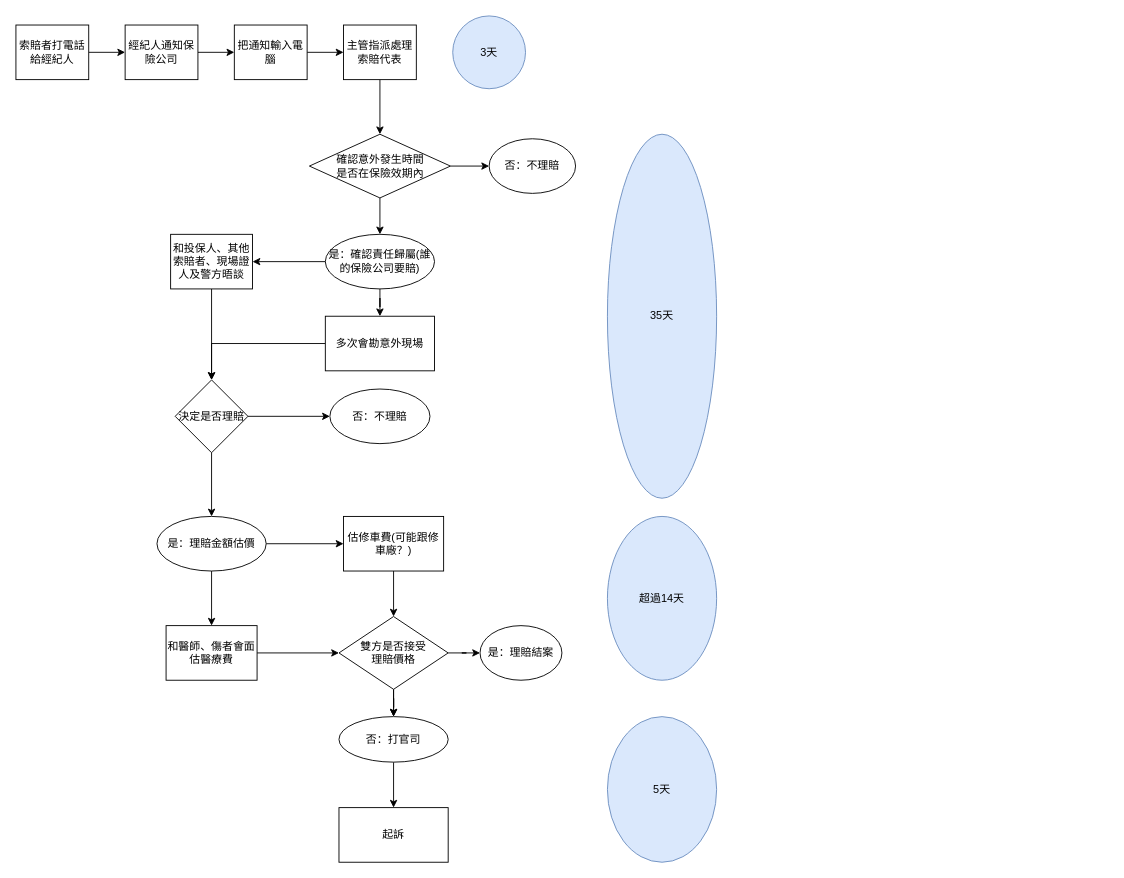
Above: page "Page-1" (1 of 2) of Insurance Diagram.drawio in julie-b05302301/diagram.io (draw.io), before the change. Source tidied: cells renumbered, new cells numbered last; positions are measured from the earlier drawing's top-left corner, leaving out a move shared by most shapes. Both pictures are drawn from the tidied source at 91%, with x=0, y=0 at pixel (15, 15).
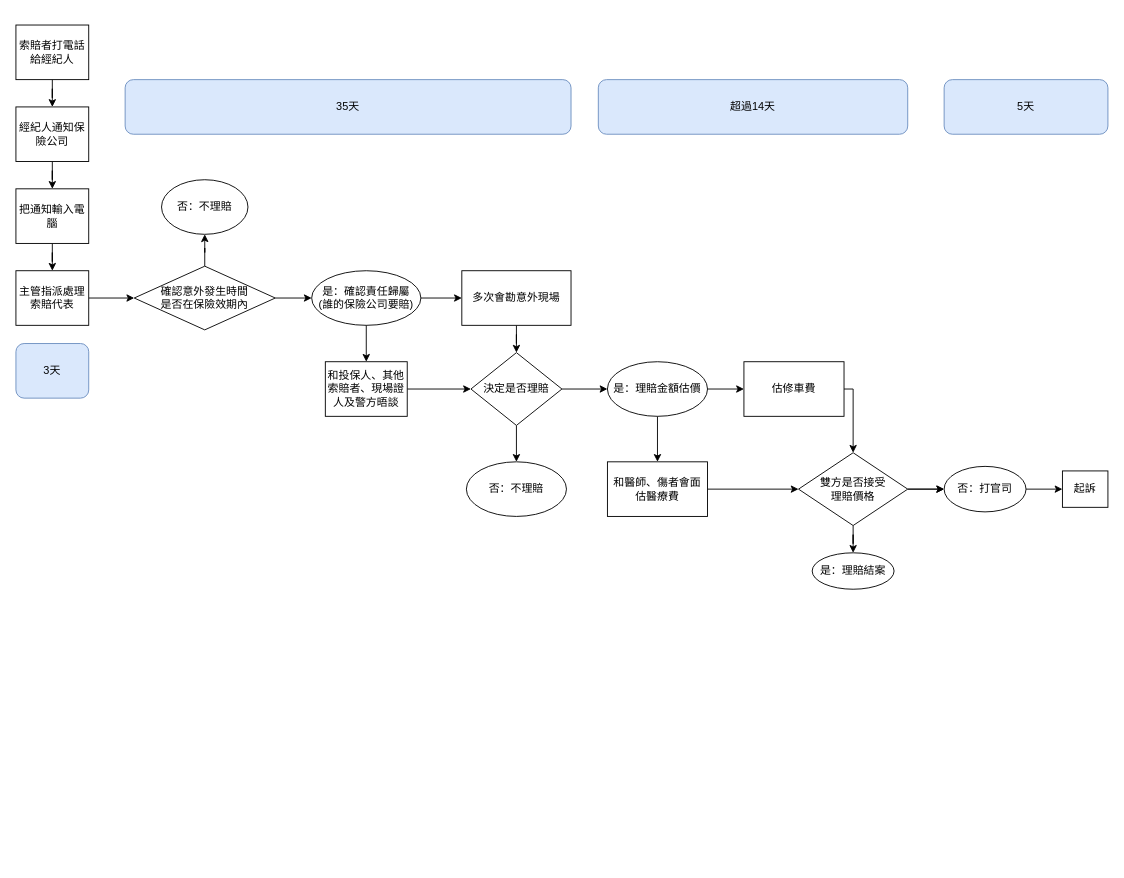
The same diagram, later.

What changed in the source:
```diff
@@
     <mxCell id="5" value="經紀人通知保險公司" style="whiteSpace=wrap;html=1;rounded=0;" parent="1" vertex="1">
-      <mxGeometry x="120" y="10" width="80" height="60" as="geometry" />
+      <mxGeometry y="100" width="80" height="60" as="geometry" />
     </mxCell>
@@
     <mxCell id="7" value="把通知輸入電腦" style="whiteSpace=wrap;html=1;rounded=0;" parent="1" vertex="1">
-      <mxGeometry x="240" y="10" width="80" height="60" as="geometry" />
+      <mxGeometry y="190" width="80" height="60" as="geometry" />
     </mxCell>
@@
     <mxCell id="9" value="主管指派處理索賠代表" style="whiteSpace=wrap;html=1;rounded=0;" parent="1" vertex="1">
-      <mxGeometry x="360" y="10" width="80" height="60" as="geometry" />
+      <mxGeometry y="280" width="80" height="60" as="geometry" />
     </mxCell>
-    <mxCell id="10" value="3天" style="ellipse;whiteSpace=wrap;html=1;fillColor=#dae8fc;strokeColor=#6c8ebf;" parent="1" vertex="1">
-      <mxGeometry x="480" width="80" height="80" as="geometry" />
-    </mxCell>
@@
     <mxCell id="13" value="確認意外發生時間&lt;br&gt;是否在保險效期內" style="rhombus;whiteSpace=wrap;html=1;rounded=0;" parent="1" vertex="1">
-      <mxGeometry x="322.5" y="130" width="155" height="70" as="geometry" />
+      <mxGeometry x="130" y="275" width="155" height="70" as="geometry" />
     </mxCell>
     <mxCell id="14" value="否：不理賠" style="ellipse;whiteSpace=wrap;html=1;rounded=0;" parent="1" vertex="1">
-      <mxGeometry x="520" y="135" width="95" height="60" as="geometry" />
+      <mxGeometry x="160" y="180" width="95" height="60" as="geometry" />
     </mxCell>
+    <mxCell id="17" style="edgeStyle=orthogonalEdgeStyle;rounded=0;jettySize=auto;html=1;" parent="1" edge="1" source="15" target="37">
+      <mxGeometry relative="1" as="geometry" />
+    </mxCell>
-    <mxCell id="15" value="是：確認責任歸屬(誰的保險公司要賠)" style="ellipse;whiteSpace=wrap;html=1;rounded=0;" parent="1" vertex="1">
-      <mxGeometry x="340" y="240" width="120" height="60" as="geometry" />
+    <mxCell id="15" value="是：確認責任歸屬&lt;br&gt;(誰的保險公司要賠)" style="ellipse;whiteSpace=wrap;html=1;rounded=0;" parent="1" vertex="1">
+      <mxGeometry x="325" y="280" width="120" height="60" as="geometry" />
     </mxCell>
@@
-    <mxCell id="17" style="edgeStyle=orthogonalEdgeStyle;rounded=0;jettySize=auto;html=1;exitX=0.5;exitY=1;exitDx=0;exitDy=0;" parent="1" edge="1" source="15" target="37">
-      <mxGeometry relative="1" as="geometry" />
-    </mxCell>
@@
-    <mxCell id="21" value="和醫師、傷者會面估醫療費" style="whiteSpace=wrap;html=1;rounded=0;" parent="1" vertex="1">
-      <mxGeometry x="165" y="670" width="100" height="60" as="geometry" />
+    <mxCell id="21" value="和醫師、傷者會面&lt;br&gt;估醫療費" style="whiteSpace=wrap;html=1;rounded=0;" parent="1" vertex="1">
+      <mxGeometry x="650" y="490" width="110" height="60" as="geometry" />
     </mxCell>
-    <mxCell id="22" style="edgeStyle=orthogonalEdgeStyle;rounded=0;jettySize=auto;html=1;" parent="1" edge="1" source="23" target="33">
-      <mxGeometry relative="1" as="geometry" />
+    <mxCell id="22" style="edgeStyle=orthogonalEdgeStyle;rounded=0;jettySize=auto;html=1;exitX=1;exitY=0.5;exitDx=0;exitDy=0;" parent="1" edge="1" source="23" target="33">
+      <mxGeometry relative="1" as="geometry">
+        <Array as="points">
+          <mxPoint x="920" y="410" />
+        </Array>
+      </mxGeometry>
     </mxCell>
-    <mxCell id="23" value="估修車費(可能跟修車廠？)" style="whiteSpace=wrap;html=1;rounded=0;" parent="1" vertex="1">
-      <mxGeometry x="360" y="550" width="110" height="60" as="geometry" />
+    <mxCell id="23" value="估修車費" style="whiteSpace=wrap;html=1;rounded=0;" parent="1" vertex="1">
+      <mxGeometry x="800" y="380" width="110" height="60" as="geometry" />
     </mxCell>
@@
     <mxCell id="25" value="和投保人、其他索賠者、現場證人及警方晤談" style="whiteSpace=wrap;html=1;rounded=0;" parent="1" vertex="1">
-      <mxGeometry x="170" y="240" width="90" height="60" as="geometry" />
+      <mxGeometry x="340" y="380" width="90" height="60" as="geometry" />
     </mxCell>
-    <mxCell id="26" value="35天" style="ellipse;whiteSpace=wrap;html=1;fillColor=#dae8fc;strokeColor=#6c8ebf;" parent="1" vertex="1">
-      <mxGeometry x="650" y="130" width="120" height="400" as="geometry" />
-    </mxCell>
@@
     <mxCell id="29" value="決定是否理賠" style="rhombus;whiteSpace=wrap;html=1;rounded=0;" parent="1" vertex="1">
-      <mxGeometry x="175" y="400" width="80" height="80" as="geometry" />
+      <mxGeometry x="500" y="370" width="100" height="80" as="geometry" />
     </mxCell>
@@
     <mxCell id="33" value="雙方是否接受&lt;br&gt;理賠價格" style="rhombus;whiteSpace=wrap;html=1;rounded=0;" parent="1" vertex="1">
-      <mxGeometry x="355" y="660" width="120" height="80" as="geometry" />
+      <mxGeometry x="860" y="480" width="120" height="80" as="geometry" />
     </mxCell>
     <mxCell id="34" value="否：不理賠" style="ellipse;whiteSpace=wrap;html=1;rounded=0;" parent="1" vertex="1">
-      <mxGeometry x="345" y="410" width="110" height="60" as="geometry" />
+      <mxGeometry x="495" y="490" width="110" height="60" as="geometry" />
     </mxCell>
     <mxCell id="35" value="是：理賠金額估價" style="ellipse;whiteSpace=wrap;html=1;rounded=0;" parent="1" vertex="1">
-      <mxGeometry x="155" y="550" width="120" height="60" as="geometry" />
+      <mxGeometry x="650" y="380" width="110" height="60" as="geometry" />
     </mxCell>
@@
     <mxCell id="37" value="&lt;span&gt;多次會勘意外現場&lt;/span&gt;" style="whiteSpace=wrap;html=1;rounded=0;" parent="1" vertex="1">
-      <mxGeometry x="340" y="330" width="120" height="60" as="geometry" />
+      <mxGeometry x="490" y="280" width="120" height="60" as="geometry" />
     </mxCell>
@@
     <mxCell id="39" value="否：打官司" style="ellipse;whiteSpace=wrap;html=1;rounded=0;" parent="1" vertex="1">
-      <mxGeometry x="355" y="770" width="120" height="50" as="geometry" />
+      <mxGeometry x="1020" y="495" width="90" height="50" as="geometry" />
     </mxCell>
     <mxCell id="40" value="是：理賠結案" style="ellipse;whiteSpace=wrap;html=1;rounded=0;" parent="1" vertex="1">
-      <mxGeometry x="510" y="670" width="90" height="60" as="geometry" />
+      <mxGeometry x="875" y="590" width="90" height="40" as="geometry" />
     </mxCell>
+    <mxCell id="42" value="起訴" style="whiteSpace=wrap;html=1;rounded=0;" parent="1" vertex="1">
+      <mxGeometry x="1150" y="500" width="50" height="40" as="geometry" />
+    </mxCell>
+    <mxCell id="10" value="3天" style="rounded=1;whiteSpace=wrap;html=1;fillColor=#dae8fc;strokeColor=#6c8ebf;" parent="1" vertex="1">
+      <mxGeometry y="360" width="80" height="60" as="geometry" />
+    </mxCell>
+    <mxCell id="26" value="35天" style="rounded=1;whiteSpace=wrap;html=1;fillColor=#dae8fc;strokeColor=#6c8ebf;" parent="1" vertex="1">
+      <mxGeometry x="120" y="70" width="490" height="60" as="geometry" />
+    </mxCell>
-    <mxCell id="41" value="超過14天" style="ellipse;whiteSpace=wrap;html=1;fillColor=#dae8fc;strokeColor=#6c8ebf;" parent="1" vertex="1">
-      <mxGeometry x="650" y="550" width="120" height="180" as="geometry" />
+    <mxCell id="41" value="超過14天" style="rounded=1;whiteSpace=wrap;html=1;fillColor=#dae8fc;strokeColor=#6c8ebf;" parent="1" vertex="1">
+      <mxGeometry x="640" y="70" width="340" height="60" as="geometry" />
     </mxCell>
-    <mxCell id="42" value="起訴" style="whiteSpace=wrap;html=1;rounded=0;" parent="1" vertex="1">
-      <mxGeometry x="355" y="870" width="120" height="60" as="geometry" />
-    </mxCell>
-    <mxCell id="43" value="5天" style="ellipse;whiteSpace=wrap;html=1;fillColor=#dae8fc;strokeColor=#6c8ebf;" parent="1" vertex="1">
-      <mxGeometry x="650" y="770" width="120" height="160" as="geometry" />
+    <mxCell id="43" value="5天" style="rounded=1;whiteSpace=wrap;html=1;fillColor=#dae8fc;strokeColor=#6c8ebf;" parent="1" vertex="1">
+      <mxGeometry x="1020" y="70" width="180" height="60" as="geometry" />
     </mxCell>
```
